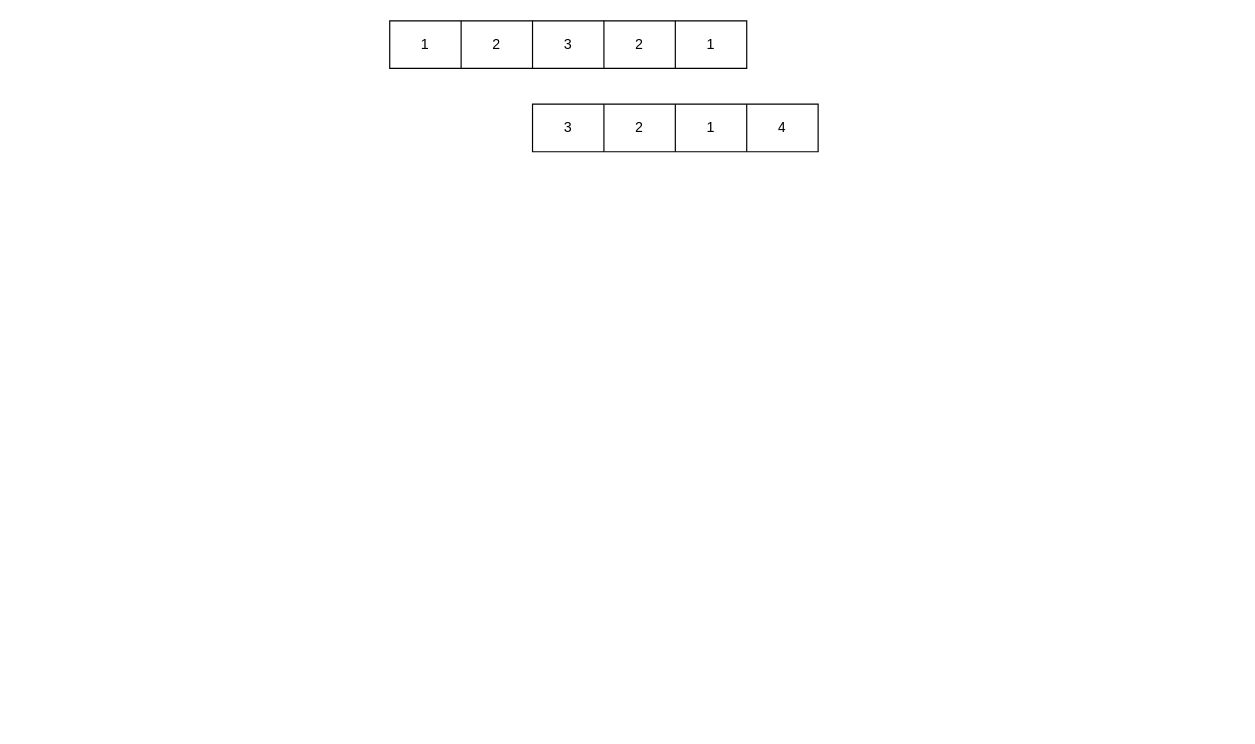
The draw.io diagram temp.drawio in deerio/draw-io, before the edit. Source tidied: cells renumbered, new cells numbered last; positions are measured from the earlier drawing's top-left corner, leaving out a move shared by most shapes. Both pictures are drawn from the tidied source at 119%, with x=0, y=0 at pixel (389, 20).
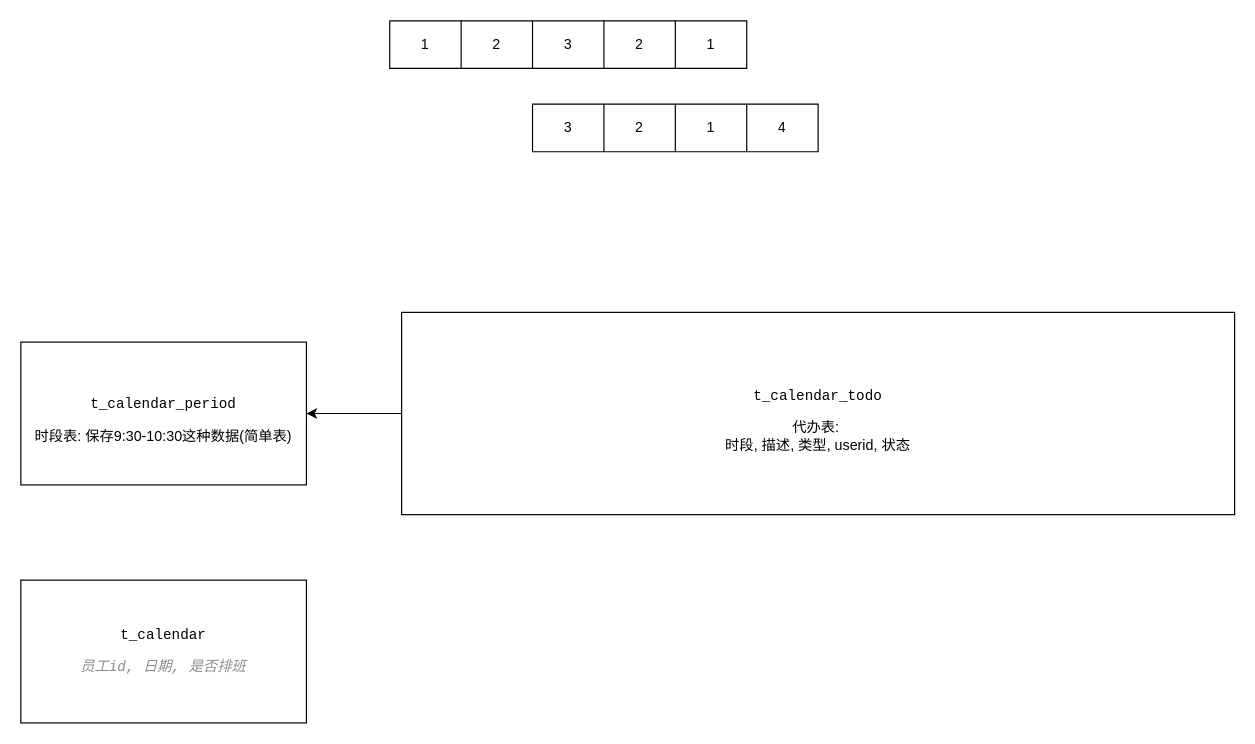
Above is the later version.

The edit, as a diff of the source:
```diff
@@
 <mxGraphModel>
   <root>
     <mxCell id="0" />
     <mxCell id="1" parent="0" />
     <mxCell id="2" style="shape=table;html=1;whiteSpace=wrap;startSize=0;childLayout=tableLayout;" parent="1" vertex="1">
       <mxGeometry width="300" height="40" as="geometry" />
     </mxCell>
     <mxCell id="3" style="shape=partialRectangle;html=1;whiteSpace=wrap;fillColor=none;top=0;left=0;bottom=0;right=0;" parent="2" vertex="1">
       <mxGeometry width="300" height="40" as="geometry" />
     </mxCell>
     <mxCell id="4" value="1" style="shape=partialRectangle;html=1;whiteSpace=wrap;overflow=hidden;fillColor=none;top=0;left=0;bottom=0;right=0;" parent="3" vertex="1">
       <mxGeometry width="60" height="40" as="geometry" />
     </mxCell>
     <mxCell id="5" value="2" style="shape=partialRectangle;html=1;whiteSpace=wrap;overflow=hidden;fillColor=none;top=0;left=0;bottom=0;right=0;" parent="3" vertex="1">
       <mxGeometry x="60" width="60" height="40" as="geometry" />
     </mxCell>
     <mxCell id="6" value="3" style="shape=partialRectangle;html=1;whiteSpace=wrap;overflow=hidden;fillColor=none;top=0;left=0;bottom=0;right=0;" parent="3" vertex="1">
       <mxGeometry x="120" width="60" height="40" as="geometry" />
     </mxCell>
     <mxCell id="7" value="2" style="shape=partialRectangle;html=1;whiteSpace=wrap;overflow=hidden;fillColor=none;top=0;left=0;bottom=0;right=0;" parent="3" vertex="1">
       <mxGeometry x="180" width="60" height="40" as="geometry" />
     </mxCell>
     <mxCell id="8" value="1" style="shape=partialRectangle;html=1;whiteSpace=wrap;overflow=hidden;fillColor=none;top=0;left=0;bottom=0;right=0;" parent="3" vertex="1">
       <mxGeometry x="240" width="60" height="40" as="geometry" />
     </mxCell>
     <mxCell id="9" style="shape=table;html=1;whiteSpace=wrap;startSize=0;childLayout=tableLayout;" parent="1" vertex="1">
       <mxGeometry x="120" y="70" width="240" height="40" as="geometry" />
     </mxCell>
     <mxCell id="10" style="shape=partialRectangle;html=1;whiteSpace=wrap;fillColor=none;top=0;left=0;bottom=0;right=0;" parent="9" vertex="1">
       <mxGeometry width="240" height="40" as="geometry" />
     </mxCell>
     <mxCell id="11" value="3" style="shape=partialRectangle;html=1;whiteSpace=wrap;overflow=hidden;fillColor=none;top=0;left=0;bottom=0;right=0;" parent="10" vertex="1">
       <mxGeometry width="60" height="40" as="geometry" />
     </mxCell>
     <mxCell id="12" value="2" style="shape=partialRectangle;html=1;whiteSpace=wrap;overflow=hidden;fillColor=none;top=0;left=0;bottom=0;right=0;" parent="10" vertex="1">
       <mxGeometry x="60" width="60" height="40" as="geometry" />
     </mxCell>
     <mxCell id="13" value="1" style="shape=partialRectangle;html=1;whiteSpace=wrap;overflow=hidden;fillColor=none;top=0;left=0;bottom=0;right=0;" parent="10" vertex="1">
       <mxGeometry x="120" width="60" height="40" as="geometry" />
     </mxCell>
     <mxCell id="14" value="4" style="shape=partialRectangle;html=1;whiteSpace=wrap;overflow=hidden;fillColor=none;top=0;left=0;bottom=0;right=0;" parent="10" vertex="1">
       <mxGeometry x="180" width="60" height="40" as="geometry" />
     </mxCell>
+    <mxCell id="15" value="&lt;pre style=&quot;background-color: #ffffff ; color: #080808 ; font-family: &amp;#34;jetbrains mono&amp;#34; , monospace ; font-size: 9.0pt&quot;&gt;&lt;span style=&quot;color: #000000&quot;&gt;t_calendar_period&lt;/span&gt;&lt;/pre&gt;时段表: 保存9:30-10:30这种数据(简单表)" style="rounded=0;whiteSpace=wrap;html=1;" parent="1" vertex="1">
+      <mxGeometry x="-310" y="270" width="240" height="120" as="geometry" />
+    </mxCell>
+    <mxCell id="16" style="edgeStyle=orthogonalEdgeStyle;rounded=0;jettySize=auto;html=1;exitX=0;exitY=0.5;exitDx=0;exitDy=0;" parent="1" edge="1" source="17" target="15">
+      <mxGeometry relative="1" as="geometry" />
+    </mxCell>
+    <mxCell id="17" value="&lt;pre style=&quot;background-color: #ffffff ; color: #080808 ; font-family: &amp;#34;jetbrains mono&amp;#34; , monospace ; font-size: 9.0pt&quot;&gt;&lt;span style=&quot;color: #000000&quot;&gt;t_calendar_todo&lt;/span&gt;&lt;/pre&gt;代办表:&amp;nbsp;&lt;br&gt;时段, 描述, 类型, userid, 状态" style="rounded=0;whiteSpace=wrap;html=1;" parent="1" vertex="1">
+      <mxGeometry x="10" y="245" width="700" height="170" as="geometry" />
+    </mxCell>
+    <mxCell id="18" value="&lt;pre style=&quot;background-color: #ffffff ; color: #080808 ; font-family: &amp;#34;jetbrains mono&amp;#34; , monospace ; font-size: 9.0pt&quot;&gt;&lt;span style=&quot;color: #000000&quot;&gt;t_calendar&lt;/span&gt;&lt;pre style=&quot;font-family: , monospace ; font-size: 9pt&quot;&gt;&lt;span style=&quot;color: #8c8c8c ; font-style: italic&quot;&gt;员工&lt;/span&gt;&lt;span style=&quot;color: #8c8c8c ; font-style: italic ; font-family: &amp;#34;jetbrains mono&amp;#34; , monospace&quot;&gt;id, &lt;/span&gt;&lt;span style=&quot;color: #8c8c8c ; font-style: italic&quot;&gt;日期&lt;/span&gt;&lt;span style=&quot;color: #8c8c8c ; font-style: italic ; font-family: &amp;#34;jetbrains mono&amp;#34; , monospace&quot;&gt;, &lt;/span&gt;&lt;span style=&quot;color: #8c8c8c ; font-style: italic&quot;&gt;是否排班&lt;/span&gt;&lt;/pre&gt;&lt;/pre&gt;" style="rounded=0;whiteSpace=wrap;html=1;" parent="1" vertex="1">
+      <mxGeometry x="-310" y="470" width="240" height="120" as="geometry" />
+    </mxCell>
   </root>
 </mxGraphModel>
```
